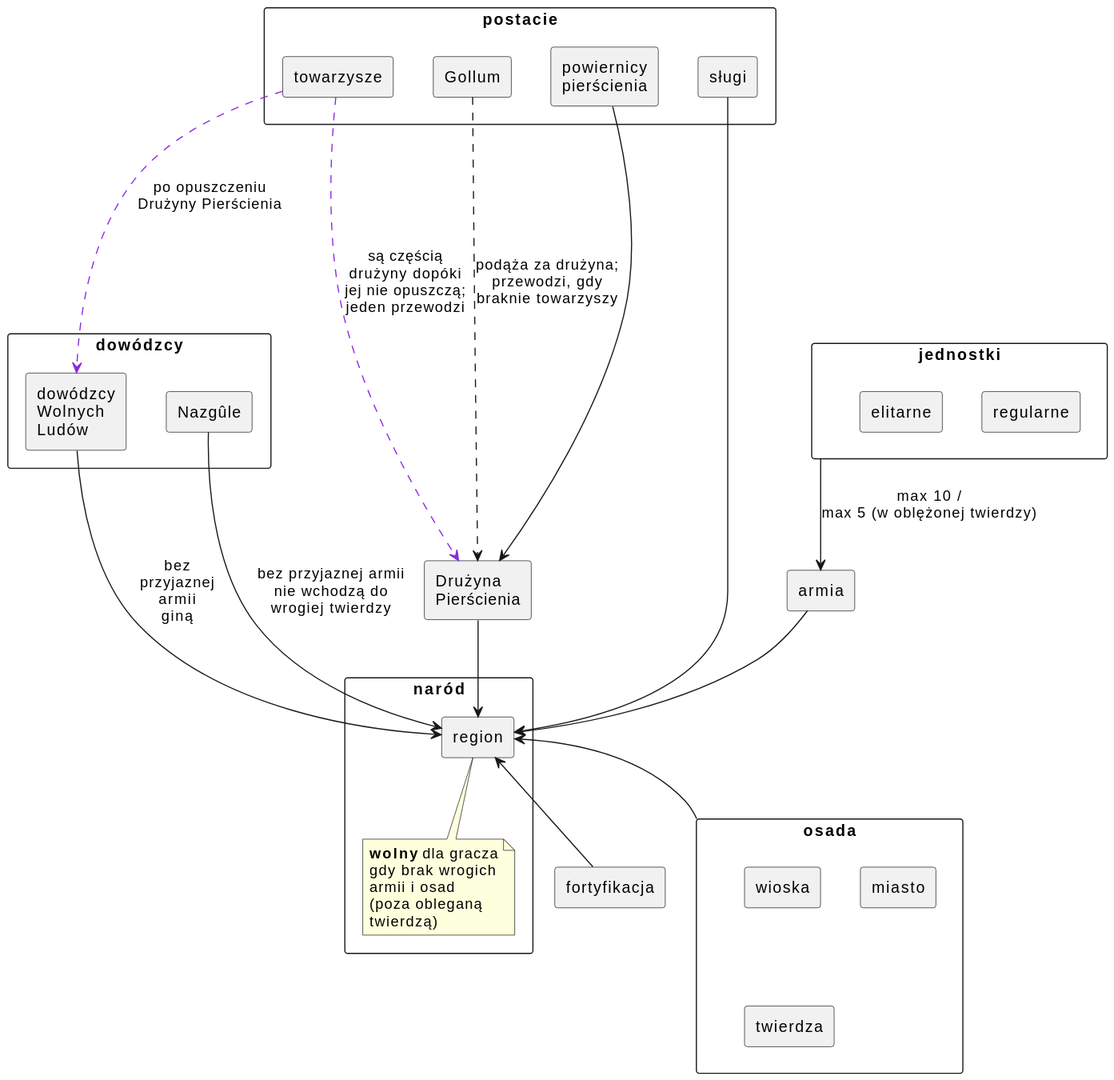
This is main.svg from marekciupak/wojna_o_pierscien_druga_edycja, a PlantUML export, as it was before one commit.
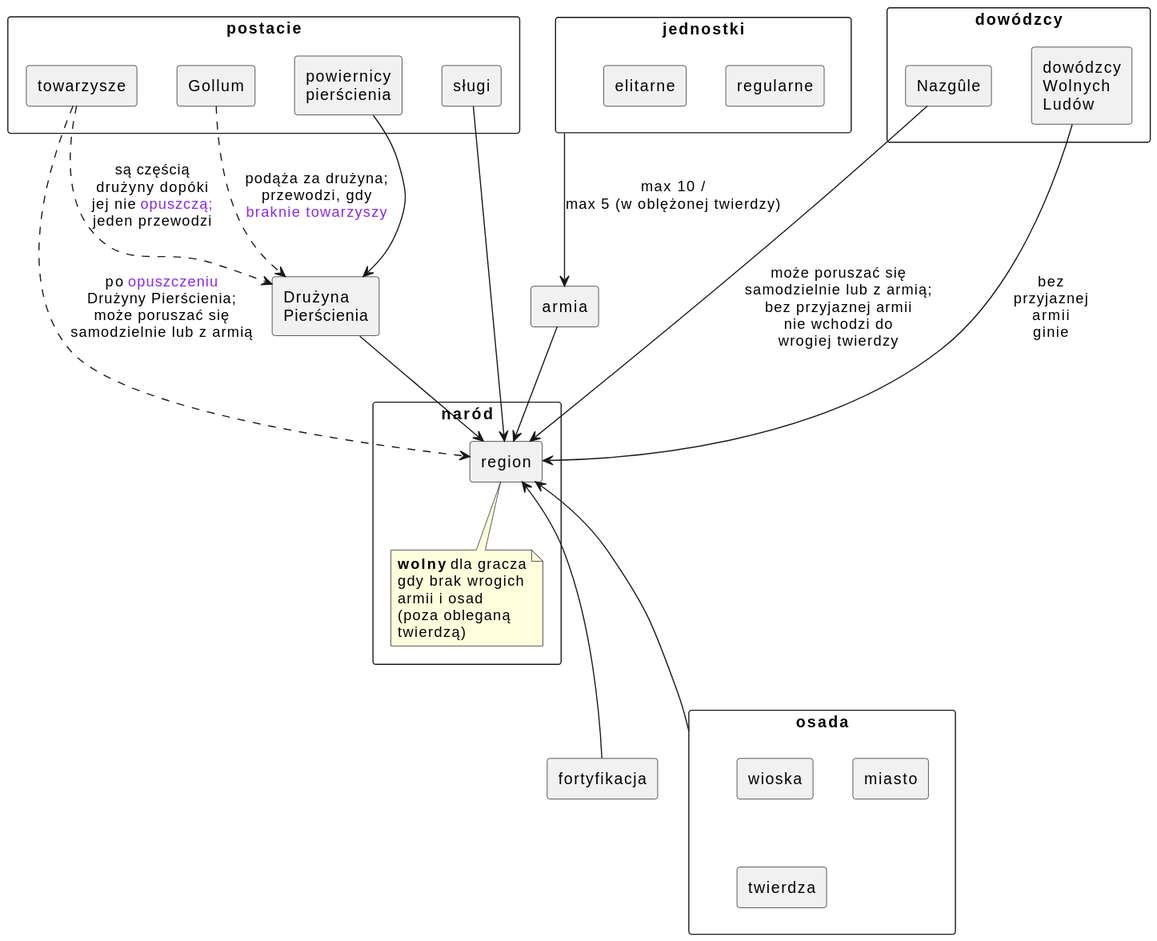
The same diagram one commit later.

Commit message:
Fix towarzysze's movement description

Diff of the diagram source:
```diff
@@ -20,14 +20,14 @@
   note bottom of region: **wolny** dla gracza\ngdy brak wrogich\narmii i osad\n(poza obleganą\ntwierdzą)
 }
 
-towarzysze ..> dowodzcyWolnychLudow #BlueViolet: po opuszczeniu\nDrużyny Pierścienia
-towarzysze ...> druzyna #BlueViolet: są częścią\ndrużyny dopóki\njej nie opuszczą;\njeden przewodzi
-Gollum ....> druzyna: podąża za drużyna;\nprzewodzi, gdy\nbraknie towarzyszy
-powiernicy ---> druzyna
-slugi ----> region
+towarzysze ...> region: po <font color="BlueViolet">opuszczeniu\nDrużyny Pierścienia;\nmoże poruszać się\nsamodzielnie lub z armią
+towarzysze ..> druzyna: są częścią\ndrużyny dopóki\njej nie <font color="BlueViolet">opuszczą;\njeden przewodzi
+Gollum ..> druzyna: podąża za drużyna;\nprzewodzi, gdy\n<font color="BlueViolet">braknie towarzyszy
+powiernicy --> druzyna
+slugi ---> region
 
-Nazgule ---> region: bez przyjaznej armii\nnie wchodzą do\nwrogiej twierdzy
-dowodzcyWolnychLudow ---> region: bez\nprzyjaznej\narmii\nginą
+Nazgule ---> region: może poruszać się\nsamodzielnie lub z armią;\nbez przyjaznej armii\nnie wchodzi do\nwrogiej twierdzy
+dowodzcyWolnychLudow ---> region: bez\nprzyjaznej\narmii\nginie
 jednostki --> armia: "max 10 /\nmax 5 (w oblężonej twierdzy)"
 
 armia --> region
@@ -40,6 +40,6 @@
 }
 rectangle fortyfikacja
 
-region <-- osada
-region <-- fortyfikacja
+region <--- osada
+region <--- fortyfikacja
 @enduml
```
